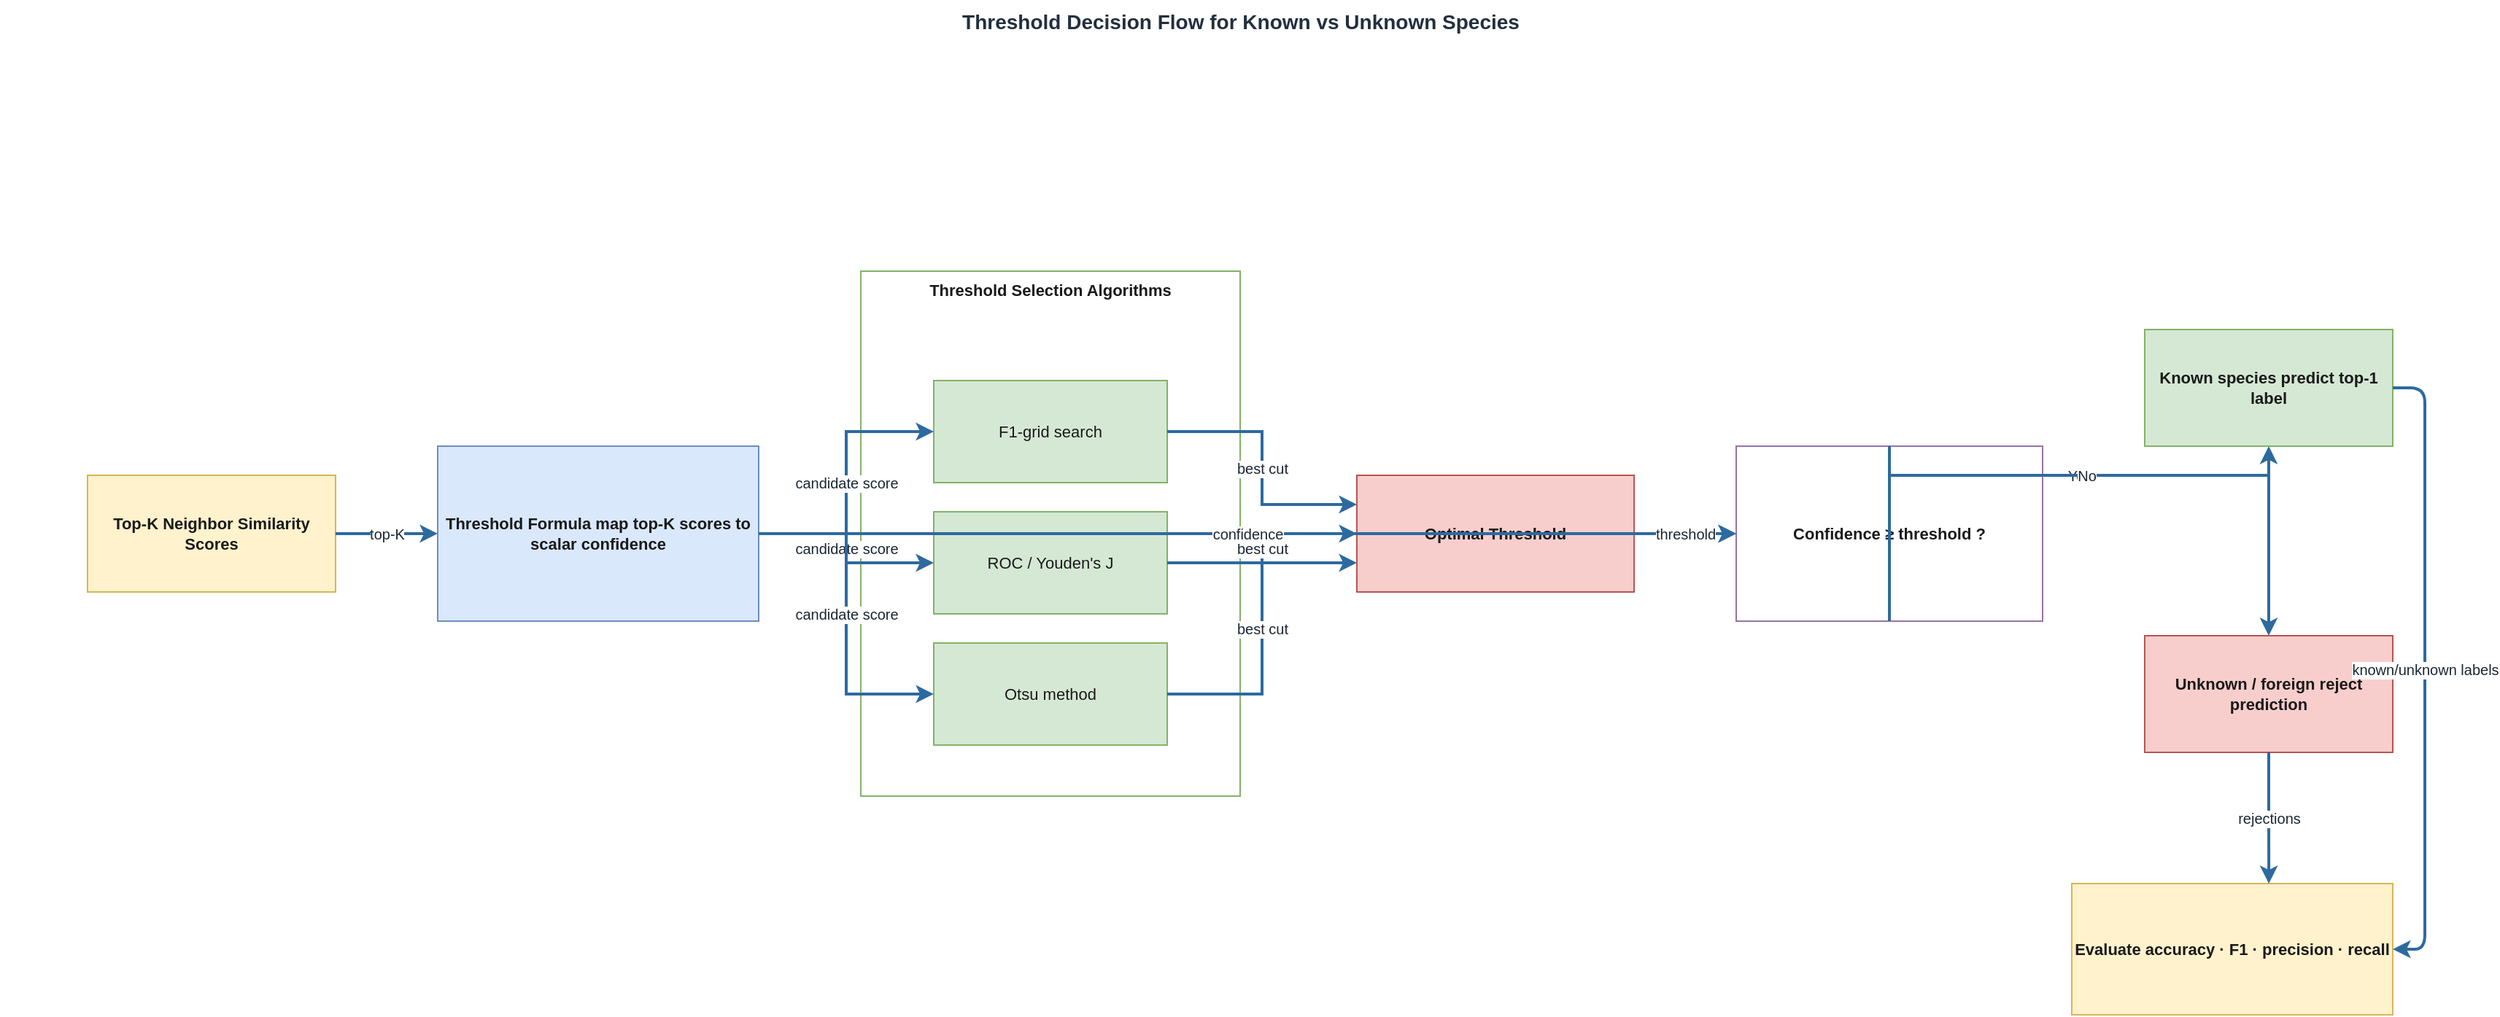
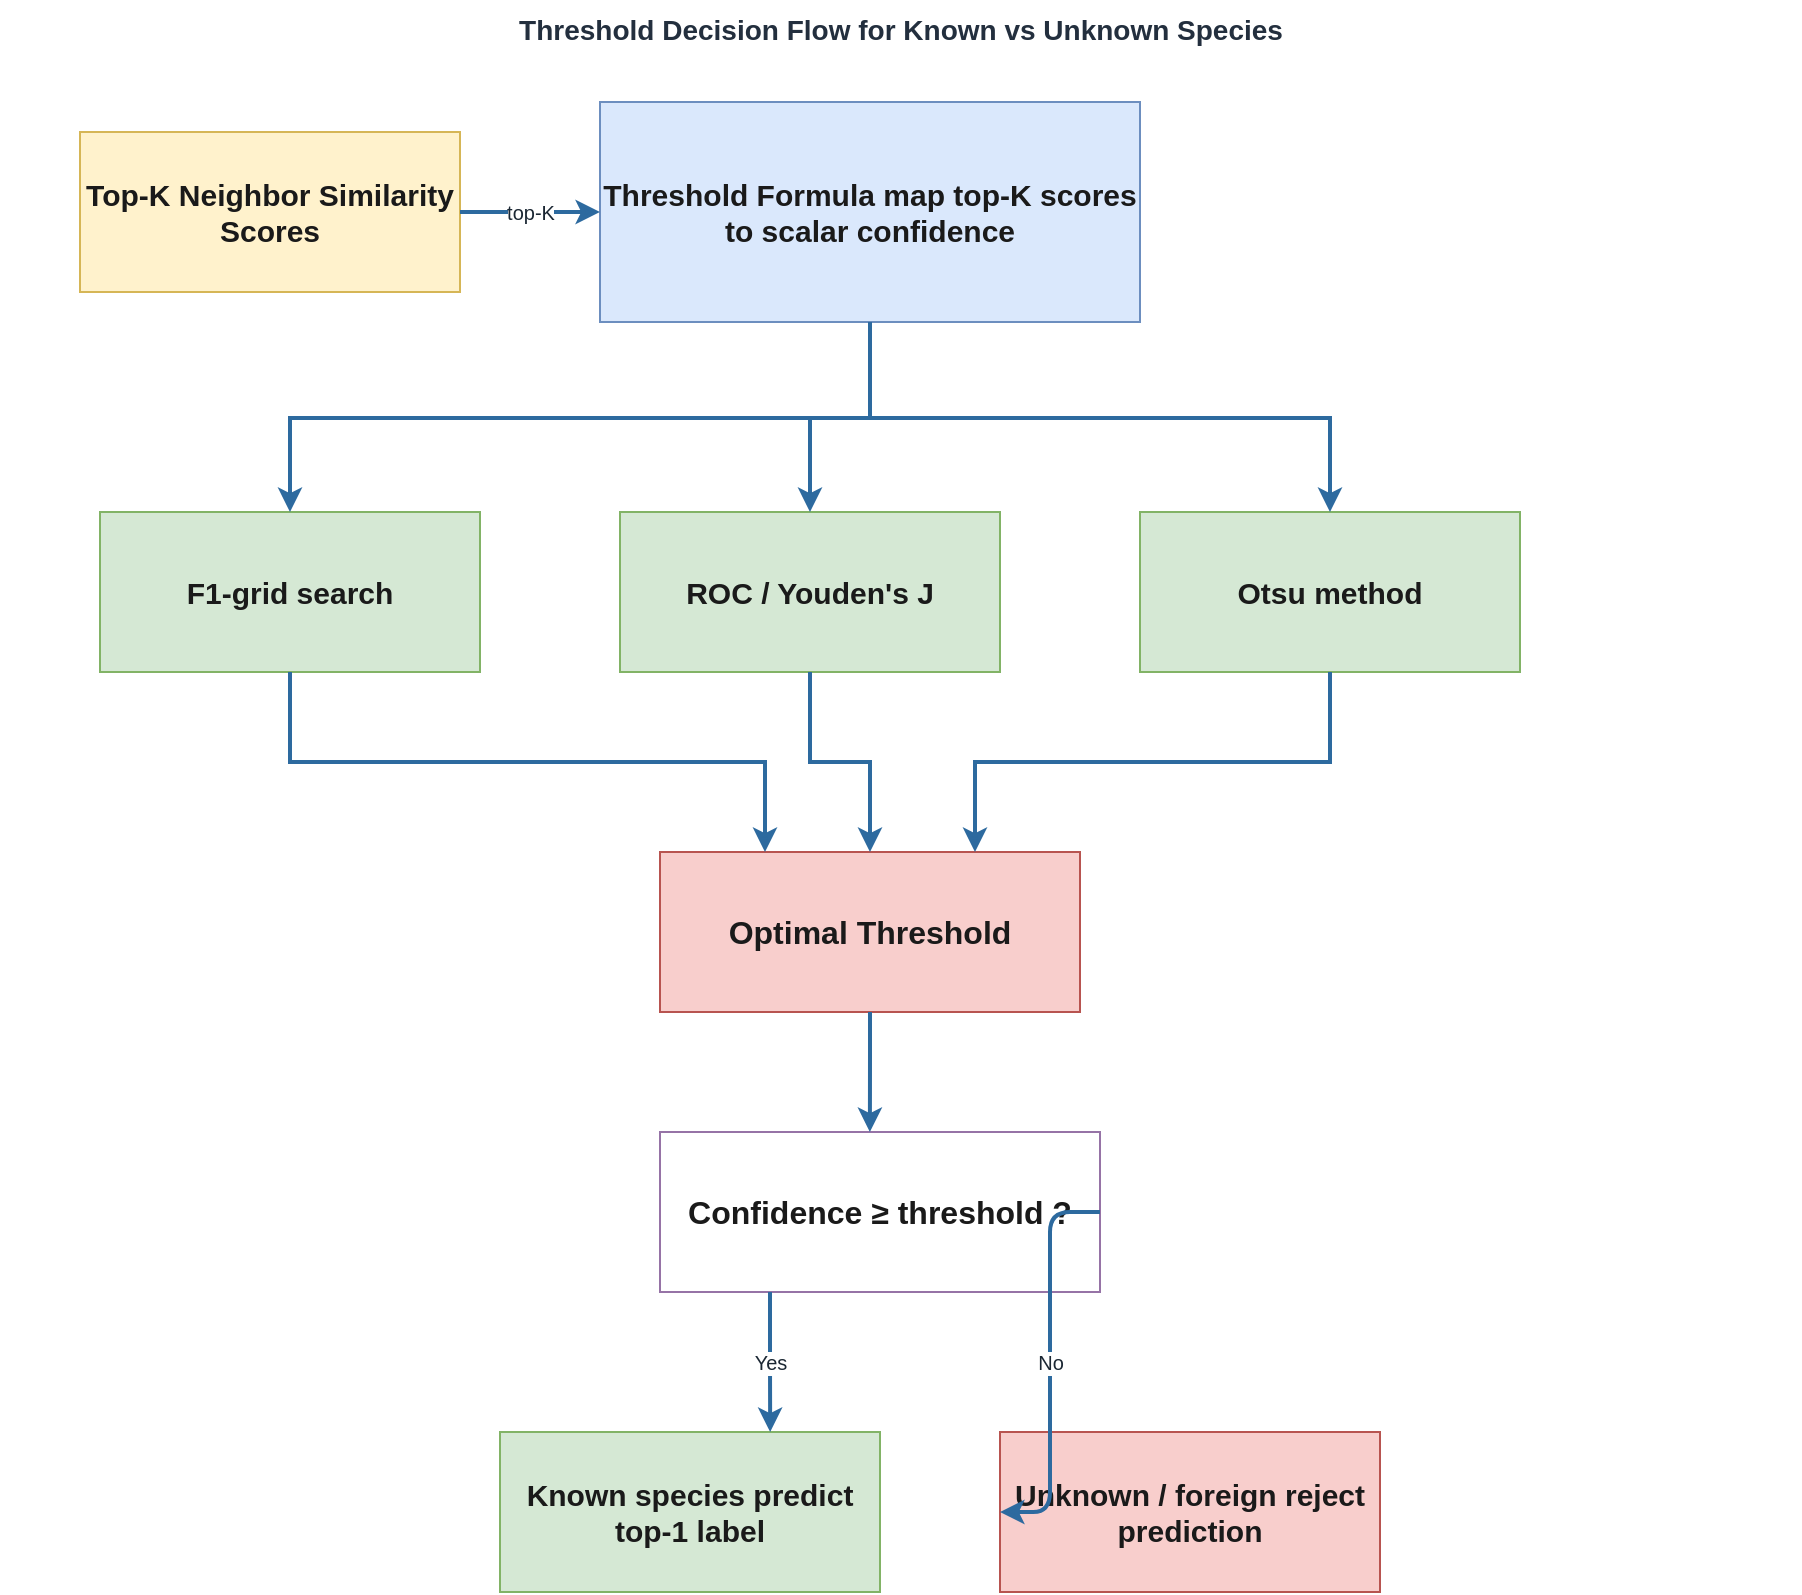
- <mxfile host="app.diagrams.net"><diagram name="Threshold Pipeline" id="d"><mxGraphModel dx="1400" dy="900" grid="0" gridSize="10" guides="1" tooltips="1" connect="1" arrows="1" fold="1" page="1" pageScale="1" pageWidth="1700" pageHeight="900" math="0" shadow="0"><root><mxCell id="0"/><mxCell id="1" parent="0"/><mxCell id="input" value="Top-K Neighbor
- Similarity Scores" style="rounded=0;whiteSpace=wrap;html=1;fillColor=#FFF2CC;strokeColor=#D6B656;fontColor=#1A1A1A;fontSize=11;fontStyle=1;verticalAlign=middle;" vertex="1" parent="1"><mxGeometry x="60" y="350" width="170" height="80" as="geometry"/></mxCell><mxCell id="formula" value="Threshold Formula
+ <mxfile host="app.diagrams.net"><diagram name="Threshold Pipeline" id="d"><mxGraphModel dx="1400" dy="900" grid="0" gridSize="10" guides="1" tooltips="1" connect="1" arrows="1" fold="1" page="1" pageScale="1" pageWidth="900" pageHeight="880" math="0" shadow="0"><root><mxCell id="0"/><mxCell id="1" parent="0"/><mxCell id="input" value="Top-K Neighbor
+ Similarity Scores" style="rounded=0;whiteSpace=wrap;html=1;fillColor=#FFF2CC;strokeColor=#D6B656;fontColor=#1A1A1A;fontSize=15;fontStyle=1;verticalAlign=middle;" vertex="1" parent="1"><mxGeometry x="40" y="90" width="190" height="80" as="geometry"/></mxCell><mxCell id="formula" value="Threshold Formula
map top-K scores to
- scalar confidence" style="rounded=0;whiteSpace=wrap;html=1;fillColor=#DAE8FC;strokeColor=#6C8EBF;fontColor=#1A1A1A;fontSize=11;fontStyle=1;verticalAlign=middle;" vertex="1" parent="1"><mxGeometry x="300" y="330" width="220" height="120" as="geometry"/></mxCell><mxCell id="algos" value="Threshold Selection Algorithms" style="rounded=0;whiteSpace=wrap;html=1;fillColor=#FFFFFF;strokeColor=#82B366;fontColor=#1A1A1A;fontSize=11;fontStyle=1;verticalAlign=top;" vertex="1" parent="1"><mxGeometry x="590" y="210" width="260" height="360" as="geometry"/></mxCell><mxCell id="f1" value="F1-grid search" style="rounded=0;whiteSpace=wrap;html=1;fillColor=#D5E8D4;strokeColor=#82B366;fontColor=#1A1A1A;fontSize=11;fontStyle=0;verticalAlign=middle;" vertex="1" parent="algos"><mxGeometry x="50" y="75" width="160" height="70" as="geometry"/></mxCell><mxCell id="roc" value="ROC / Youden's J" style="rounded=0;whiteSpace=wrap;html=1;fillColor=#D5E8D4;strokeColor=#82B366;fontColor=#1A1A1A;fontSize=11;fontStyle=0;verticalAlign=middle;" vertex="1" parent="algos"><mxGeometry x="50" y="165" width="160" height="70" as="geometry"/></mxCell><mxCell id="otsu" value="Otsu method" style="rounded=0;whiteSpace=wrap;html=1;fillColor=#D5E8D4;strokeColor=#82B366;fontColor=#1A1A1A;fontSize=11;fontStyle=0;verticalAlign=middle;" vertex="1" parent="algos"><mxGeometry x="50" y="255" width="160" height="70" as="geometry"/></mxCell><mxCell id="threshold" value="Optimal Threshold" style="rounded=0;whiteSpace=wrap;html=1;fillColor=#F8CECC;strokeColor=#B85450;fontColor=#1A1A1A;fontSize=11;fontStyle=1;verticalAlign=middle;" vertex="1" parent="1"><mxGeometry x="930" y="350" width="190" height="80" as="geometry"/></mxCell><mxCell id="decision" value="Confidence ≥ threshold ?" style="rounded=0;whiteSpace=wrap;html=1;fillColor=#FFFFFF;strokeColor=#9673A6;fontColor=#1A1A1A;fontSize=11;fontStyle=1;verticalAlign=middle;" vertex="1" parent="1"><mxGeometry x="1190" y="330" width="210" height="120" as="geometry"/></mxCell><mxCell id="known" value="Known species
- predict top-1 label" style="rounded=0;whiteSpace=wrap;html=1;fillColor=#D5E8D4;strokeColor=#82B366;fontColor=#1A1A1A;fontSize=11;fontStyle=1;verticalAlign=middle;" vertex="1" parent="1"><mxGeometry x="1470" y="250" width="170" height="80" as="geometry"/></mxCell><mxCell id="unknown" value="Unknown / foreign
- reject prediction" style="rounded=0;whiteSpace=wrap;html=1;fillColor=#F8CECC;strokeColor=#B85450;fontColor=#1A1A1A;fontSize=11;fontStyle=1;verticalAlign=middle;" vertex="1" parent="1"><mxGeometry x="1470" y="460" width="170" height="80" as="geometry"/></mxCell><mxCell id="metrics" value="Evaluate
- accuracy · F1 · precision · recall" style="rounded=0;whiteSpace=wrap;html=1;fillColor=#FFF2CC;strokeColor=#D6B656;fontColor=#1A1A1A;fontSize=11;fontStyle=1;verticalAlign=middle;" vertex="1" parent="1"><mxGeometry x="1420" y="630" width="220" height="90" as="geometry"/></mxCell><mxCell id="__title" value="Threshold Decision Flow for Known vs Unknown Species" style="text;html=1;align=center;fontStyle=1;fontSize=14;fontColor=light-dark(#232F3E,#E8E8E8);" vertex="1" parent="1"><mxGeometry x="0" y="24" width="1700" height="30" as="geometry"/></mxCell><mxCell id="ed1" value="top-K" style="edgeStyle=orthogonalEdgeStyle;html=1;jettySize=auto;orthogonalLoop=1;fontSize=10;fontColor=light-dark(#1B2733,#CFE0F0);strokeColor=light-dark(#2D6A9F,#5B9BD5);strokeWidth=2;rounded=1;labelBackgroundColor=light-dark(#FFFFFF,#0B0F14);exitX=1;exitY=0.500;exitDx=0;exitDy=0;entryX=0;entryY=0.500;entryDx=0;entryDy=0;" edge="1" parent="1" source="input" target="formula"><mxGeometry relative="1" as="geometry"></mxGeometry></mxCell><mxCell id="ed2" value="candidate score" style="edgeStyle=orthogonalEdgeStyle;html=1;jettySize=auto;orthogonalLoop=1;fontSize=10;fontColor=light-dark(#1B2733,#CFE0F0);strokeColor=light-dark(#2D6A9F,#5B9BD5);strokeWidth=2;rounded=0;labelBackgroundColor=light-dark(#FFFFFF,#0B0F14);exitX=1;exitY=0.5;exitDx=0;exitDy=0;entryX=0;entryY=0.5;entryDx=0;entryDy=0;" edge="1" parent="1" source="formula" target="f1"><mxGeometry relative="1" as="geometry"><Array as="points"><mxPoint x="580" y="390"/><mxPoint x="580" y="320"/></Array></mxGeometry></mxCell><mxCell id="ed3" value="candidate score" style="edgeStyle=orthogonalEdgeStyle;html=1;jettySize=auto;orthogonalLoop=1;fontSize=10;fontColor=light-dark(#1B2733,#CFE0F0);strokeColor=light-dark(#2D6A9F,#5B9BD5);strokeWidth=2;rounded=0;labelBackgroundColor=light-dark(#FFFFFF,#0B0F14);exitX=1;exitY=0.5;exitDx=0;exitDy=0;entryX=0;entryY=0.5;entryDx=0;entryDy=0;" edge="1" parent="1" source="formula" target="roc"><mxGeometry relative="1" as="geometry"><Array as="points"><mxPoint x="580" y="390"/><mxPoint x="580" y="410"/></Array></mxGeometry></mxCell><mxCell id="ed4" value="candidate score" style="edgeStyle=orthogonalEdgeStyle;html=1;jettySize=auto;orthogonalLoop=1;fontSize=10;fontColor=light-dark(#1B2733,#CFE0F0);strokeColor=light-dark(#2D6A9F,#5B9BD5);strokeWidth=2;rounded=0;labelBackgroundColor=light-dark(#FFFFFF,#0B0F14);exitX=1;exitY=0.5;exitDx=0;exitDy=0;entryX=0;entryY=0.5;entryDx=0;entryDy=0;" edge="1" parent="1" source="formula" target="otsu"><mxGeometry relative="1" as="geometry"><Array as="points"><mxPoint x="580" y="390"/><mxPoint x="580" y="500"/></Array></mxGeometry></mxCell><mxCell id="ed5" value="best cut" style="edgeStyle=orthogonalEdgeStyle;html=1;jettySize=auto;orthogonalLoop=1;fontSize=10;fontColor=light-dark(#1B2733,#CFE0F0);strokeColor=light-dark(#2D6A9F,#5B9BD5);strokeWidth=2;rounded=0;labelBackgroundColor=light-dark(#FFFFFF,#0B0F14);exitX=1;exitY=0.5;exitDx=0;exitDy=0;entryX=0;entryY=0.250;entryDx=0;entryDy=0;" edge="1" parent="1" source="f1" target="threshold"><mxGeometry relative="1" as="geometry"><Array as="points"><mxPoint x="865" y="320"/><mxPoint x="865" y="370"/></Array></mxGeometry></mxCell><mxCell id="ed6" value="best cut" style="edgeStyle=orthogonalEdgeStyle;html=1;jettySize=auto;orthogonalLoop=1;fontSize=10;fontColor=light-dark(#1B2733,#CFE0F0);strokeColor=light-dark(#2D6A9F,#5B9BD5);strokeWidth=2;rounded=0;labelBackgroundColor=light-dark(#FFFFFF,#0B0F14);exitX=1;exitY=0.5;exitDx=0;exitDy=0;entryX=0;entryY=0.500;entryDx=0;entryDy=0;" edge="1" parent="1" source="roc" target="threshold"><mxGeometry relative="1" as="geometry"><Array as="points"><mxPoint x="865" y="410"/><mxPoint x="865" y="390"/></Array></mxGeometry></mxCell><mxCell id="ed7" value="best cut" style="edgeStyle=orthogonalEdgeStyle;html=1;jettySize=auto;orthogonalLoop=1;fontSize=10;fontColor=light-dark(#1B2733,#CFE0F0);strokeColor=light-dark(#2D6A9F,#5B9BD5);strokeWidth=2;rounded=0;labelBackgroundColor=light-dark(#FFFFFF,#0B0F14);exitX=1;exitY=0.5;exitDx=0;exitDy=0;entryX=0;entryY=0.750;entryDx=0;entryDy=0;" edge="1" parent="1" source="otsu" target="threshold"><mxGeometry relative="1" as="geometry"><Array as="points"><mxPoint x="865" y="500"/><mxPoint x="865" y="410"/></Array></mxGeometry></mxCell><mxCell id="ed8" value="confidence" style="edgeStyle=orthogonalEdgeStyle;html=1;jettySize=auto;orthogonalLoop=1;fontSize=10;fontColor=light-dark(#1B2733,#CFE0F0);strokeColor=light-dark(#2D6A9F,#5B9BD5);strokeWidth=2;rounded=0;labelBackgroundColor=light-dark(#FFFFFF,#0B0F14);exitX=1;exitY=0.5;exitDx=0;exitDy=0;entryX=0;entryY=0.5;entryDx=0;entryDy=0;" edge="1" parent="1" source="formula" target="decision"><mxGeometry relative="1" as="geometry"></mxGeometry></mxCell><mxCell id="ed9" value="threshold" style="edgeStyle=orthogonalEdgeStyle;html=1;jettySize=auto;orthogonalLoop=1;fontSize=10;fontColor=light-dark(#1B2733,#CFE0F0);strokeColor=light-dark(#2D6A9F,#5B9BD5);strokeWidth=2;rounded=1;labelBackgroundColor=light-dark(#FFFFFF,#0B0F14);exitX=1;exitY=0.500;exitDx=0;exitDy=0;entryX=0;entryY=0.500;entryDx=0;entryDy=0;" edge="1" parent="1" source="threshold" target="decision"><mxGeometry relative="1" as="geometry"></mxGeometry></mxCell><mxCell id="ed10" value="Yes" style="edgeStyle=orthogonalEdgeStyle;html=1;jettySize=auto;orthogonalLoop=1;fontSize=10;fontColor=light-dark(#1B2733,#CFE0F0);strokeColor=light-dark(#2D6A9F,#5B9BD5);strokeWidth=2;rounded=0;labelBackgroundColor=light-dark(#FFFFFF,#0B0F14);exitX=0.5;exitY=0;exitDx=0;exitDy=0;entryX=0.5;entryY=1;entryDx=0;entryDy=0;" edge="1" parent="1" source="decision" target="known"><mxGeometry relative="1" as="geometry"><Array as="points"><mxPoint x="1295" y="350"/><mxPoint x="1555" y="350"/></Array></mxGeometry></mxCell><mxCell id="ed11" value="No" style="edgeStyle=orthogonalEdgeStyle;html=1;jettySize=auto;orthogonalLoop=1;fontSize=10;fontColor=light-dark(#1B2733,#CFE0F0);strokeColor=light-dark(#2D6A9F,#5B9BD5);strokeWidth=2;rounded=0;labelBackgroundColor=light-dark(#FFFFFF,#0B0F14);exitX=0.5;exitY=1;exitDx=0;exitDy=0;entryX=0.5;entryY=0;entryDx=0;entryDy=0;" edge="1" parent="1" source="decision" target="unknown"><mxGeometry relative="1" as="geometry"><Array as="points"><mxPoint x="1295" y="350"/><mxPoint x="1555" y="350"/></Array></mxGeometry></mxCell><mxCell id="ed12" value="known/unknown labels" style="edgeStyle=orthogonalEdgeStyle;html=1;jettySize=auto;orthogonalLoop=1;fontSize=10;fontColor=light-dark(#1B2733,#CFE0F0);strokeColor=light-dark(#2D6A9F,#5B9BD5);strokeWidth=2;rounded=1;labelBackgroundColor=light-dark(#FFFFFF,#0B0F14);exitX=1;exitY=0.5;exitDx=0;exitDy=0;entryX=1;entryY=0.5;entryDx=0;entryDy=0;" edge="1" parent="1" source="known" target="metrics"><mxGeometry relative="1" as="geometry"><Array as="points"><mxPoint x="1662" y="290"/><mxPoint x="1662" y="675"/></Array></mxGeometry></mxCell><mxCell id="ed13" value="rejections" style="edgeStyle=orthogonalEdgeStyle;html=1;jettySize=auto;orthogonalLoop=1;fontSize=10;fontColor=light-dark(#1B2733,#CFE0F0);strokeColor=light-dark(#2D6A9F,#5B9BD5);strokeWidth=2;rounded=1;labelBackgroundColor=light-dark(#FFFFFF,#0B0F14);exitX=0.500;exitY=1;exitDx=0;exitDy=0;entryX=0.614;entryY=0;entryDx=0;entryDy=0;" edge="1" parent="1" source="unknown" target="metrics"><mxGeometry relative="1" as="geometry"></mxGeometry></mxCell></root></mxGraphModel></diagram></mxfile>+ scalar confidence" style="rounded=0;whiteSpace=wrap;html=1;fillColor=#DAE8FC;strokeColor=#6C8EBF;fontColor=#1A1A1A;fontSize=15;fontStyle=1;verticalAlign=middle;" vertex="1" parent="1"><mxGeometry x="300" y="75" width="270" height="110" as="geometry"/></mxCell><mxCell id="f1" value="F1-grid search" style="rounded=0;whiteSpace=wrap;html=1;fillColor=#D5E8D4;strokeColor=#82B366;fontColor=#1A1A1A;fontSize=15;fontStyle=1;verticalAlign=middle;" vertex="1" parent="1"><mxGeometry x="50" y="280" width="190" height="80" as="geometry"/></mxCell><mxCell id="roc" value="ROC / Youden's J" style="rounded=0;whiteSpace=wrap;html=1;fillColor=#D5E8D4;strokeColor=#82B366;fontColor=#1A1A1A;fontSize=15;fontStyle=1;verticalAlign=middle;" vertex="1" parent="1"><mxGeometry x="310" y="280" width="190" height="80" as="geometry"/></mxCell><mxCell id="otsu" value="Otsu method" style="rounded=0;whiteSpace=wrap;html=1;fillColor=#D5E8D4;strokeColor=#82B366;fontColor=#1A1A1A;fontSize=15;fontStyle=1;verticalAlign=middle;" vertex="1" parent="1"><mxGeometry x="570" y="280" width="190" height="80" as="geometry"/></mxCell><mxCell id="threshold" value="Optimal Threshold" style="rounded=0;whiteSpace=wrap;html=1;fillColor=#F8CECC;strokeColor=#B85450;fontColor=#1A1A1A;fontSize=16;fontStyle=1;verticalAlign=middle;" vertex="1" parent="1"><mxGeometry x="330" y="450" width="210" height="80" as="geometry"/></mxCell><mxCell id="decision" value="Confidence ≥ threshold ?" style="rounded=0;whiteSpace=wrap;html=1;fillColor=#FFFFFF;strokeColor=#9673A6;fontColor=#1A1A1A;fontSize=16;fontStyle=1;verticalAlign=middle;" vertex="1" parent="1"><mxGeometry x="330" y="590" width="220" height="80" as="geometry"/></mxCell><mxCell id="known" value="Known species
+ predict top-1 label" style="rounded=0;whiteSpace=wrap;html=1;fillColor=#D5E8D4;strokeColor=#82B366;fontColor=#1A1A1A;fontSize=15;fontStyle=1;verticalAlign=middle;" vertex="1" parent="1"><mxGeometry x="250" y="740" width="190" height="80" as="geometry"/></mxCell><mxCell id="unknown" value="Unknown / foreign
+ reject prediction" style="rounded=0;whiteSpace=wrap;html=1;fillColor=#F8CECC;strokeColor=#B85450;fontColor=#1A1A1A;fontSize=15;fontStyle=1;verticalAlign=middle;" vertex="1" parent="1"><mxGeometry x="500" y="740" width="190" height="80" as="geometry"/></mxCell><mxCell id="__title" value="Threshold Decision Flow for Known vs Unknown Species" style="text;html=1;align=center;fontStyle=1;fontSize=14;fontColor=light-dark(#232F3E,#E8E8E8);" vertex="1" parent="1"><mxGeometry x="0" y="24" width="900" height="30" as="geometry"/></mxCell><mxCell id="ed1" value="top-K" style="edgeStyle=orthogonalEdgeStyle;html=1;jettySize=auto;orthogonalLoop=1;fontSize=10;fontColor=light-dark(#1B2733,#CFE0F0);strokeColor=light-dark(#2D6A9F,#5B9BD5);strokeWidth=2;rounded=1;labelBackgroundColor=light-dark(#FFFFFF,#0B0F14);exitX=1;exitY=0.500;exitDx=0;exitDy=0;entryX=0;entryY=0.500;entryDx=0;entryDy=0;" edge="1" parent="1" source="input" target="formula"><mxGeometry relative="1" as="geometry"></mxGeometry></mxCell><mxCell id="ed2" value="" style="edgeStyle=orthogonalEdgeStyle;html=1;jettySize=auto;orthogonalLoop=1;fontSize=10;fontColor=light-dark(#1B2733,#CFE0F0);strokeColor=light-dark(#2D6A9F,#5B9BD5);strokeWidth=2;rounded=0;exitX=0.5;exitY=1;exitDx=0;exitDy=0;entryX=0.5;entryY=0;entryDx=0;entryDy=0;" edge="1" parent="1" source="formula" target="f1"><mxGeometry relative="1" as="geometry"><Array as="points"><mxPoint x="435" y="233"/><mxPoint x="145" y="233"/></Array></mxGeometry></mxCell><mxCell id="ed3" value="" style="edgeStyle=orthogonalEdgeStyle;html=1;jettySize=auto;orthogonalLoop=1;fontSize=10;fontColor=light-dark(#1B2733,#CFE0F0);strokeColor=light-dark(#2D6A9F,#5B9BD5);strokeWidth=2;rounded=0;exitX=0.5;exitY=1;exitDx=0;exitDy=0;entryX=0.5;entryY=0;entryDx=0;entryDy=0;" edge="1" parent="1" source="formula" target="roc"><mxGeometry relative="1" as="geometry"><Array as="points"><mxPoint x="435" y="233"/><mxPoint x="405" y="233"/></Array></mxGeometry></mxCell><mxCell id="ed4" value="" style="edgeStyle=orthogonalEdgeStyle;html=1;jettySize=auto;orthogonalLoop=1;fontSize=10;fontColor=light-dark(#1B2733,#CFE0F0);strokeColor=light-dark(#2D6A9F,#5B9BD5);strokeWidth=2;rounded=0;exitX=0.5;exitY=1;exitDx=0;exitDy=0;entryX=0.5;entryY=0;entryDx=0;entryDy=0;" edge="1" parent="1" source="formula" target="otsu"><mxGeometry relative="1" as="geometry"><Array as="points"><mxPoint x="435" y="233"/><mxPoint x="665" y="233"/></Array></mxGeometry></mxCell><mxCell id="ed5" value="" style="edgeStyle=orthogonalEdgeStyle;html=1;jettySize=auto;orthogonalLoop=1;fontSize=10;fontColor=light-dark(#1B2733,#CFE0F0);strokeColor=light-dark(#2D6A9F,#5B9BD5);strokeWidth=2;rounded=0;exitX=0.5;exitY=1;exitDx=0;exitDy=0;entryX=0.250;entryY=0;entryDx=0;entryDy=0;" edge="1" parent="1" source="f1" target="threshold"><mxGeometry relative="1" as="geometry"><Array as="points"><mxPoint x="145" y="405"/><mxPoint x="383" y="405"/></Array></mxGeometry></mxCell><mxCell id="ed6" value="" style="edgeStyle=orthogonalEdgeStyle;html=1;jettySize=auto;orthogonalLoop=1;fontSize=10;fontColor=light-dark(#1B2733,#CFE0F0);strokeColor=light-dark(#2D6A9F,#5B9BD5);strokeWidth=2;rounded=0;exitX=0.5;exitY=1;exitDx=0;exitDy=0;entryX=0.500;entryY=0;entryDx=0;entryDy=0;" edge="1" parent="1" source="roc" target="threshold"><mxGeometry relative="1" as="geometry"><Array as="points"><mxPoint x="405" y="405"/><mxPoint x="435" y="405"/></Array></mxGeometry></mxCell><mxCell id="ed7" value="" style="edgeStyle=orthogonalEdgeStyle;html=1;jettySize=auto;orthogonalLoop=1;fontSize=10;fontColor=light-dark(#1B2733,#CFE0F0);strokeColor=light-dark(#2D6A9F,#5B9BD5);strokeWidth=2;rounded=0;exitX=0.5;exitY=1;exitDx=0;exitDy=0;entryX=0.750;entryY=0;entryDx=0;entryDy=0;" edge="1" parent="1" source="otsu" target="threshold"><mxGeometry relative="1" as="geometry"><Array as="points"><mxPoint x="665" y="405"/><mxPoint x="488" y="405"/></Array></mxGeometry></mxCell><mxCell id="ed8" value="" style="edgeStyle=orthogonalEdgeStyle;html=1;jettySize=auto;orthogonalLoop=1;fontSize=10;fontColor=light-dark(#1B2733,#CFE0F0);strokeColor=light-dark(#2D6A9F,#5B9BD5);strokeWidth=2;rounded=1;exitX=0.500;exitY=1;exitDx=0;exitDy=0;entryX=0.477;entryY=0;entryDx=0;entryDy=0;" edge="1" parent="1" source="threshold" target="decision"><mxGeometry relative="1" as="geometry"></mxGeometry></mxCell><mxCell id="ed9" value="Yes" style="edgeStyle=orthogonalEdgeStyle;html=1;jettySize=auto;orthogonalLoop=1;fontSize=10;fontColor=light-dark(#1B2733,#CFE0F0);strokeColor=light-dark(#2D6A9F,#5B9BD5);strokeWidth=2;rounded=1;labelBackgroundColor=light-dark(#FFFFFF,#0B0F14);exitX=0.250;exitY=1;exitDx=0;exitDy=0;entryX=0.711;entryY=0;entryDx=0;entryDy=0;" edge="1" parent="1" source="decision" target="known"><mxGeometry relative="1" as="geometry"></mxGeometry></mxCell><mxCell id="ed10" value="No" style="edgeStyle=orthogonalEdgeStyle;html=1;jettySize=auto;orthogonalLoop=1;fontSize=10;fontColor=light-dark(#1B2733,#CFE0F0);strokeColor=light-dark(#2D6A9F,#5B9BD5);strokeWidth=2;rounded=1;labelBackgroundColor=light-dark(#FFFFFF,#0B0F14);exitX=1;exitY=0.5;exitDx=0;exitDy=0;entryX=0;entryY=0.5;entryDx=0;entryDy=0;" edge="1" parent="1" source="decision" target="unknown"><mxGeometry relative="1" as="geometry"><Array as="points"><mxPoint x="525" y="630"/><mxPoint x="525" y="780"/></Array></mxGeometry></mxCell></root></mxGraphModel></diagram></mxfile>